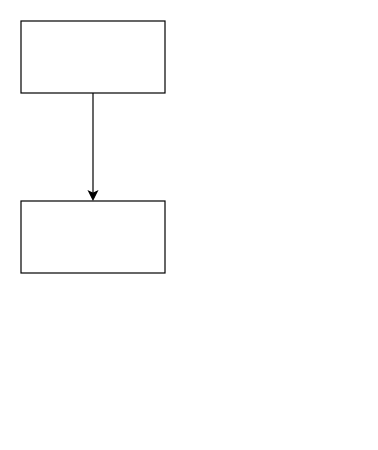
The draw.io diagram test1.drawio in deffins/testchart, before the edit. Source tidied: cells renumbered, new cells numbered last; positions are measured from the earlier drawing's top-left corner, leaving out a move shared by most shapes. Both pictures are drawn from the tidied source at 120%, with x=0, y=0 at pixel (20, 20).
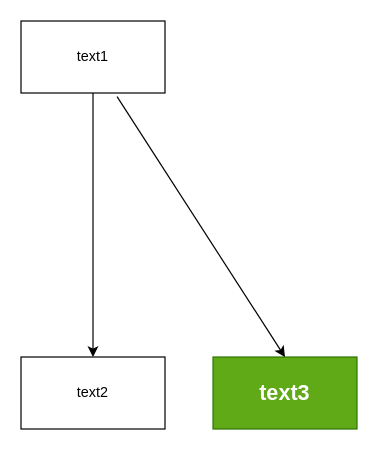
Above is the later version.

The edit, as a diff of the source:
```diff
@@
 <mxGraphModel>
   <root>
     <mxCell id="0" />
     <mxCell id="1" parent="0" />
-    <mxCell id="2" style="rounded=0;whiteSpace=wrap;html=1;" parent="1" vertex="1">
+    <mxCell id="2" value="text1" style="rounded=0;whiteSpace=wrap;html=1;" parent="1" vertex="1">
       <mxGeometry width="120" height="60" as="geometry" />
     </mxCell>
-    <mxCell id="3" style="rounded=0;whiteSpace=wrap;html=1;" parent="1" vertex="1">
-      <mxGeometry y="150" width="120" height="60" as="geometry" />
+    <mxCell id="3" value="text2" style="rounded=0;whiteSpace=wrap;html=1;" parent="1" vertex="1">
+      <mxGeometry y="280" width="120" height="60" as="geometry" />
     </mxCell>
-    <mxCell id="4" style="endArrow=classic;html=1;rounded=0;exitX=0.5;exitY=1;exitDx=0;exitDy=0;" parent="1" edge="1" source="2" target="3">
+    <mxCell id="4" style="endArrow=classic;html=1;rounded=0;exitX=0.5;exitY=1;exitDx=0;exitDy=0;entryX=0.5;entryY=0;entryDx=0;entryDy=0;" parent="1" edge="1" source="2" target="3">
       <mxGeometry relative="1" as="geometry" />
     </mxCell>
+    <mxCell id="5" value="&lt;h2&gt;&lt;b&gt;text3&lt;/b&gt;&lt;/h2&gt;" style="rounded=0;whiteSpace=wrap;html=1;fillColor=#60a917;fontColor=#ffffff;strokeColor=#2D7600;" parent="1" vertex="1">
+      <mxGeometry x="160" y="280" width="120" height="60" as="geometry" />
+    </mxCell>
+    <mxCell id="6" style="endArrow=classic;html=1;rounded=0;exitX=0.667;exitY=1.05;exitDx=0;exitDy=0;exitPerimeter=0;entryX=0.5;entryY=0;entryDx=0;entryDy=0;" parent="1" edge="1" source="2" target="5">
+      <mxGeometry relative="1" as="geometry" />
+    </mxCell>
   </root>
 </mxGraphModel>
```
